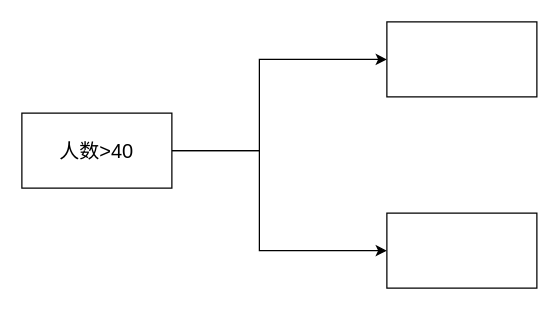
Before: all/4-2.drawio in Dev-AHeng/iodraw-files, a draw.io diagram. Source tidied: cells renumbered, new cells numbered last; positions are measured from the earlier drawing's top-left corner, leaving out a move shared by most shapes. Both pictures are drawn from the tidied source at 125%, with x=0, y=0 at pixel (21, 21).
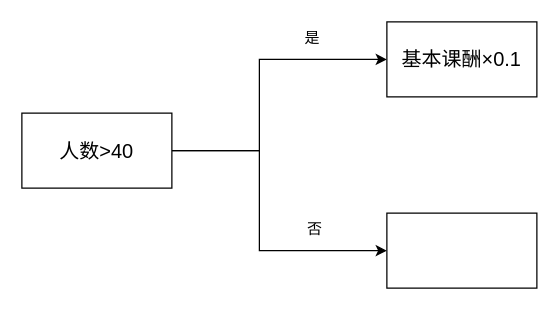
After the change.

Change to the diagram source:
```diff
@@
 <mxGraphModel>
   <root>
     <mxCell id="0" />
     <mxCell id="1" parent="0" />
     <mxCell id="2" style="edgeStyle=orthogonalEdgeStyle;rounded=0;jettySize=auto;html=1;exitX=1;exitY=0.5;exitDx=0;exitDy=0;entryX=0;entryY=0.5;entryDx=0;entryDy=0;" parent="1" edge="1" source="4" target="5">
       <mxGeometry relative="1" as="geometry">
         <Array as="points">
           <mxPoint x="190" y="103" />
           <mxPoint x="190" y="30" />
         </Array>
       </mxGeometry>
     </mxCell>
     <mxCell id="3" style="edgeStyle=orthogonalEdgeStyle;rounded=0;jettySize=auto;html=1;exitX=1;exitY=0.5;exitDx=0;exitDy=0;entryX=0;entryY=0.5;entryDx=0;entryDy=0;" parent="1" edge="1" source="4" target="6">
       <mxGeometry relative="1" as="geometry">
         <Array as="points">
           <mxPoint x="190" y="103" />
           <mxPoint x="190" y="183" />
         </Array>
       </mxGeometry>
     </mxCell>
     <mxCell id="4" value="&lt;p class=&quot;MsoNormal&quot;&gt;&lt;span style=&quot;mso-spacerun:'yes';font-family:宋体;mso-ascii-font-family:Calibri;&lt;br/&gt;mso-hansi-font-family:Calibri;mso-bidi-font-family:'Times New Roman';font-size:12.0000pt;&lt;br/&gt;mso-font-kerning:1.0000pt;&quot;&gt;人数&amp;gt;40&lt;/span&gt;&lt;/p&gt;" style="rounded=0;whiteSpace=wrap;html=1;" parent="1" vertex="1">
       <mxGeometry y="73" width="120" height="60" as="geometry" />
     </mxCell>
-    <mxCell id="5" style="whiteSpace=wrap;html=1;rounded=0;" parent="1" vertex="1">
+    <mxCell id="5" value="&lt;p class=&quot;MsoNormal&quot;&gt;&lt;span style=&quot;mso-spacerun:'yes';font-family:宋体;mso-ascii-font-family:Calibri;&lt;br/&gt;mso-hansi-font-family:Calibri;mso-bidi-font-family:'Times New Roman';font-size:12.0000pt;&lt;br/&gt;mso-font-kerning:1.0000pt;&quot;&gt;&lt;font face=&quot;宋体&quot;&gt;基本课酬&lt;/font&gt;×&lt;font face=&quot;Calibri&quot;&gt;0.1&lt;/font&gt;&lt;/span&gt;&lt;/p&gt;" style="whiteSpace=wrap;html=1;rounded=0;" parent="1" vertex="1">
       <mxGeometry x="292" width="120" height="60" as="geometry" />
     </mxCell>
     <mxCell id="6" style="whiteSpace=wrap;html=1;rounded=0;" parent="1" vertex="1">
       <mxGeometry x="292" y="153" width="120" height="60" as="geometry" />
     </mxCell>
+    <mxCell id="7" value="是" style="text;html=1;align=center;verticalAlign=middle;strokeColor=none;fillColor=none;" parent="1" vertex="1">
+      <mxGeometry x="217" width="30" height="26" as="geometry" />
+    </mxCell>
+    <mxCell id="8" value="否" style="text;html=1;align=center;verticalAlign=middle;strokeColor=none;fillColor=none;" parent="1" vertex="1">
+      <mxGeometry x="219" y="153" width="30" height="26" as="geometry" />
+    </mxCell>
   </root>
 </mxGraphModel>
```
